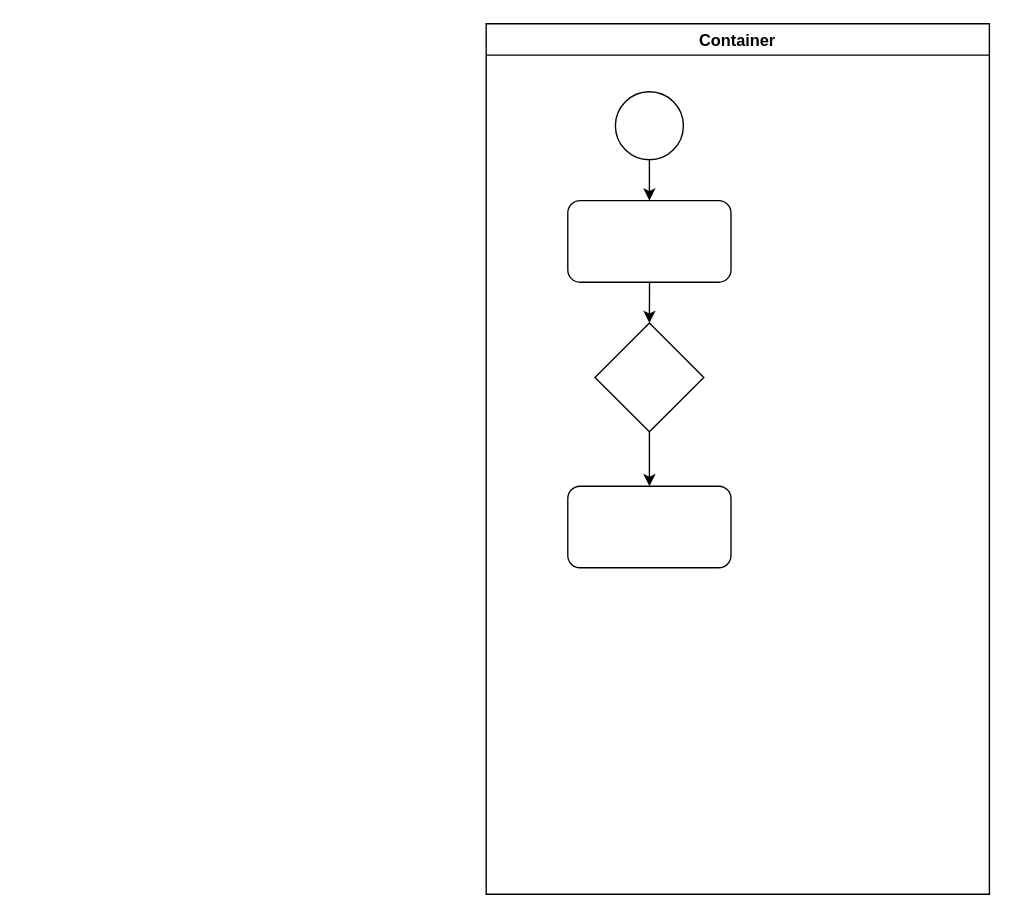
The draw.io diagram Business Process/BusinessProcess1.drawio in Kickhands/PKL-RS-Karyadi-Diagram, before the edit. Source tidied: cells renumbered, new cells numbered last; positions are measured from the earlier drawing's top-left corner, leaving out a move shared by most shapes. Both pictures are drawn from the tidied source at 136%, with x=0, y=0 at pixel (486, 23).
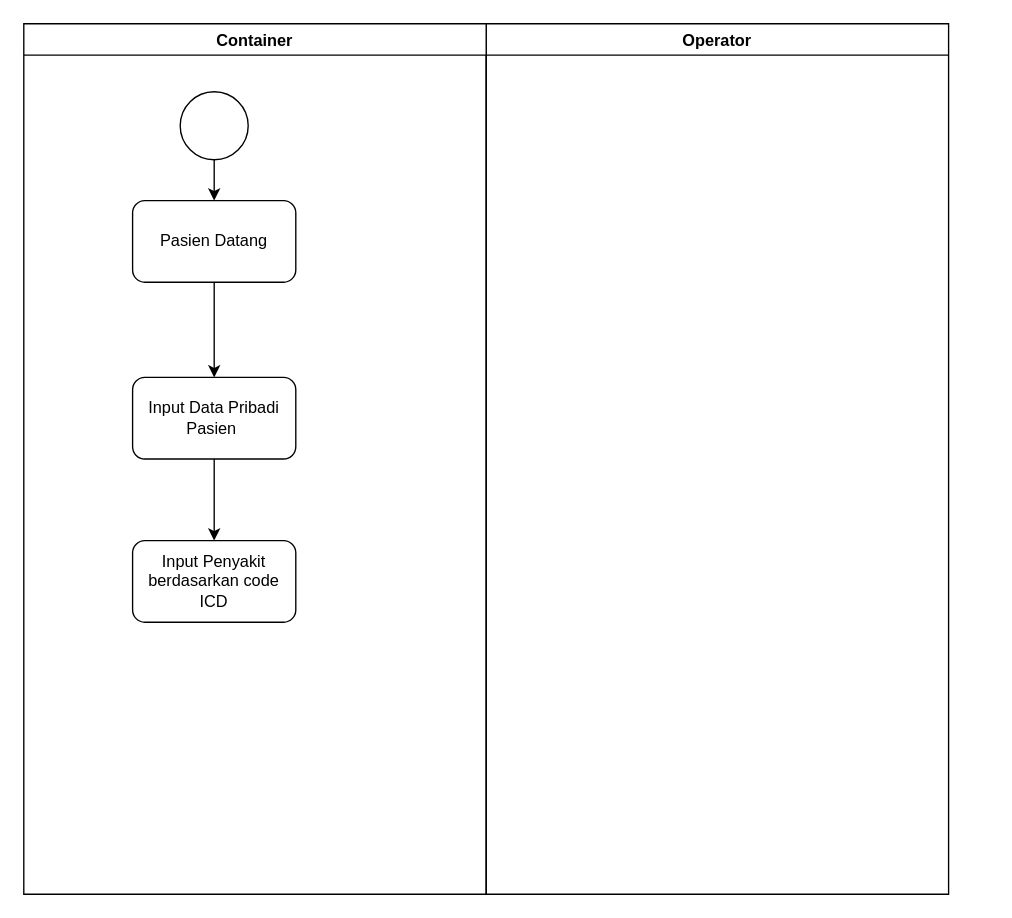
The same page after the edit.

Diff of the diagram source:
```diff
@@
 <mxGraphModel>
   <root>
     <mxCell id="0" />
     <mxCell id="1" parent="0" />
-    <mxCell id="2" value="Container" style="swimlane;" parent="1" vertex="1">
-      <mxGeometry width="370" height="640" as="geometry" />
+    <mxCell id="2" value="Operator" style="swimlane;" parent="1" vertex="1">
+      <mxGeometry width="340" height="640" as="geometry" />
     </mxCell>
-    <mxCell id="3" style="edgeStyle=orthogonalEdgeStyle;rounded=0;jettySize=auto;html=1;entryX=0.5;entryY=0;entryDx=0;entryDy=0;" parent="2" edge="1" source="4">
-      <mxGeometry relative="1" as="geometry">
-        <mxPoint x="120" y="130" as="targetPoint" />
-      </mxGeometry>
-    </mxCell>
-    <mxCell id="4" style="ellipse;whiteSpace=wrap;html=1;" parent="2" vertex="1">
-      <mxGeometry x="95" y="50" width="50" height="50" as="geometry" />
-    </mxCell>
-    <mxCell id="5" style="edgeStyle=orthogonalEdgeStyle;rounded=0;jettySize=auto;html=1;entryX=0.5;entryY=0;entryDx=0;entryDy=0;" parent="2" edge="1" target="8">
-      <mxGeometry relative="1" as="geometry">
-        <mxPoint x="120.1" y="190" as="sourcePoint" />
-      </mxGeometry>
-    </mxCell>
-    <mxCell id="6" style="rounded=1;whiteSpace=wrap;html=1;" parent="2" vertex="1">
-      <mxGeometry x="60" y="130" width="120" height="60" as="geometry" />
-    </mxCell>
-    <mxCell id="7" style="edgeStyle=orthogonalEdgeStyle;rounded=0;jettySize=auto;html=1;entryX=0.5;entryY=0;entryDx=0;entryDy=0;" parent="2" edge="1" source="8" target="9">
-      <mxGeometry relative="1" as="geometry" />
-    </mxCell>
-    <mxCell id="8" style="rhombus;whiteSpace=wrap;html=1;" parent="2" vertex="1">
-      <mxGeometry x="80" y="220" width="80" height="80" as="geometry" />
-    </mxCell>
-    <mxCell id="9" style="rounded=1;whiteSpace=wrap;html=1;" parent="2" vertex="1">
-      <mxGeometry x="60" y="340" width="120" height="60" as="geometry" />
-    </mxCell>
+    <mxCell id="10" value="Container" style="swimlane;" parent="1" vertex="1">
+      <mxGeometry x="-340" width="340" height="640" as="geometry" />
+    </mxCell>
+    <mxCell id="11" style="edgeStyle=orthogonalEdgeStyle;rounded=0;orthogonalLoop=1;jettySize=auto;html=1;entryX=0.5;entryY=0;entryDx=0;entryDy=0;" parent="10" edge="1">
+      <mxGeometry relative="1" as="geometry">
+        <mxPoint x="140" y="100" as="sourcePoint" />
+        <mxPoint x="140" y="130" as="targetPoint" />
+      </mxGeometry>
+    </mxCell>
+    <mxCell id="12" style="ellipse;whiteSpace=wrap;html=1;" parent="10" vertex="1">
+      <mxGeometry x="115" y="50" width="50" height="50" as="geometry" />
+    </mxCell>
+    <mxCell id="13" style="edgeStyle=orthogonalEdgeStyle;rounded=0;jettySize=auto;html=1;entryX=0.5;entryY=0;entryDx=0;entryDy=0;" parent="10" edge="1" source="14" target="16">
+      <mxGeometry relative="1" as="geometry" />
+    </mxCell>
+    <mxCell id="14" value="Pasien Datang" style="rounded=1;whiteSpace=wrap;html=1;" parent="10" vertex="1">
+      <mxGeometry x="80" y="130" width="120" height="60" as="geometry" />
+    </mxCell>
+    <mxCell id="15" style="edgeStyle=orthogonalEdgeStyle;rounded=0;jettySize=auto;html=1;entryX=0.5;entryY=0;entryDx=0;entryDy=0;" parent="10" edge="1" source="16" target="17">
+      <mxGeometry relative="1" as="geometry" />
+    </mxCell>
+    <mxCell id="16" value="Input Data Pribadi Pasien&amp;nbsp;" style="rounded=1;whiteSpace=wrap;html=1;" parent="10" vertex="1">
+      <mxGeometry x="80" y="260" width="120" height="60" as="geometry" />
+    </mxCell>
+    <mxCell id="17" value="Input Penyakit berdasarkan code ICD" style="rounded=1;whiteSpace=wrap;html=1;" parent="10" vertex="1">
+      <mxGeometry x="80" y="380" width="120" height="60" as="geometry" />
+    </mxCell>
   </root>
 </mxGraphModel>
```
